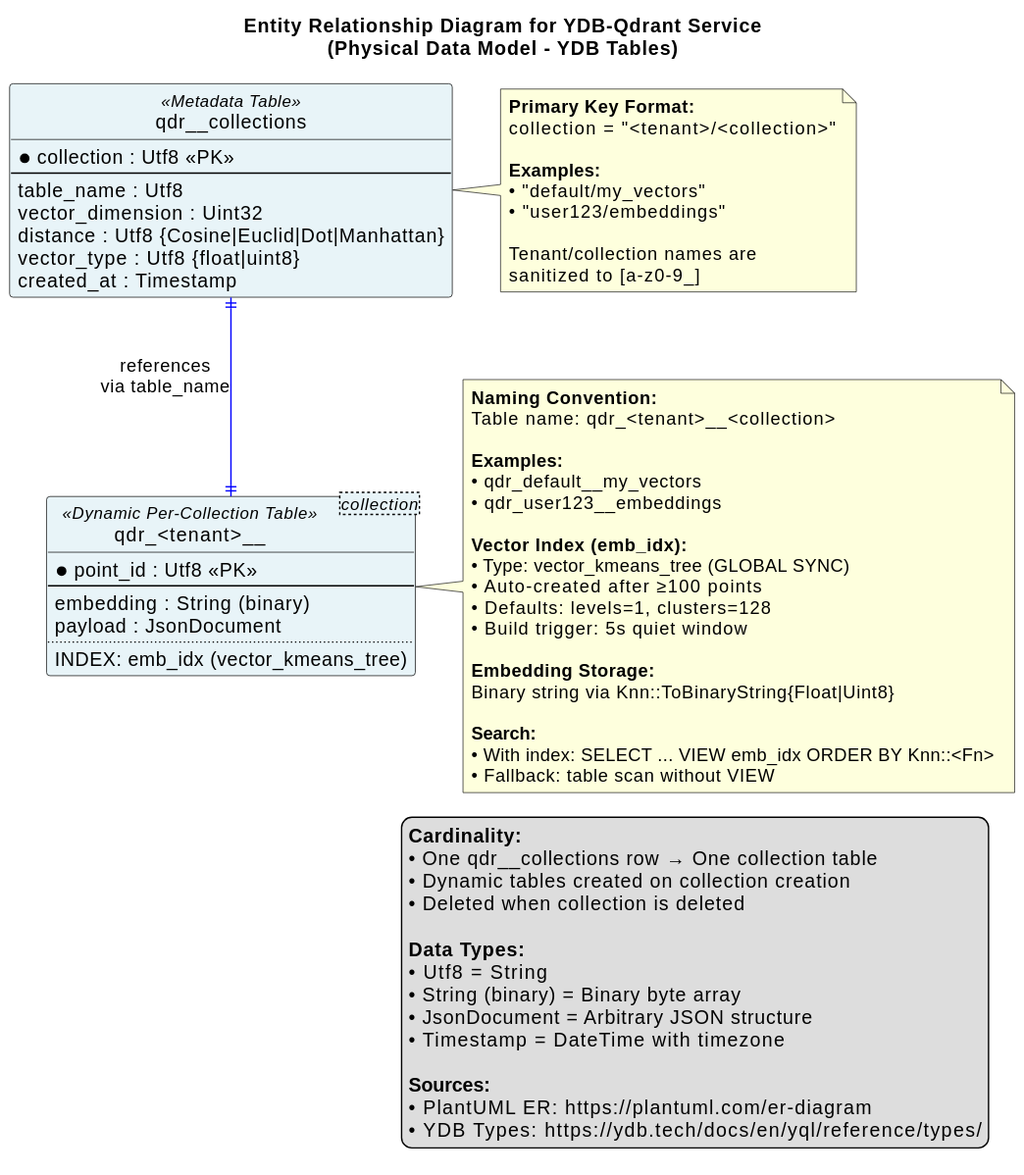
Above: www/assets/ER_Diagram.svg in astandrik/ydb-qdrant (PlantUML), before the change. The source it was exported from:
```plantuml
@startuml
!define TABLE_BACKGROUND #E8F4F8
!define PK_BACKGROUND #FFE4B5

hide circle
skinparam linetype ortho
skinparam class {
    BackgroundColor TABLE_BACKGROUND
    BorderColor Black
    ArrowColor Blue
}

title Entity Relationship Diagram for YDB-Qdrant Service\n(Physical Data Model - YDB Tables)

entity "qdr__collections" as collections <<Metadata Table>> {
  * collection : Utf8 <<PK>>
  --
  table_name : Utf8
  vector_dimension : Uint32
  distance : Utf8 {Cosine|Euclid|Dot|Manhattan}
  vector_type : Utf8 {float|uint8}
  created_at : Timestamp
}

entity "qdr_<tenant>__<collection>" as collection_table <<Dynamic Per-Collection Table>> {
  * point_id : Utf8 <<PK>>
  --
  embedding : String (binary)
  payload : JsonDocument
  ..
  INDEX: emb_idx (vector_kmeans_tree)
}

collections ||--|| collection_table : "references\nvia table_name"

note right of collections
  **Primary Key Format:**
  collection = "<tenant>/<collection>"

  **Examples:**
  • "default/my_vectors"
  • "user123/embeddings"

  Tenant/collection names are
  sanitized to [a-z0-9_]
end note

note right of collection_table
  **Naming Convention:**
  Table name: qdr_<tenant>__<collection>

  **Examples:**
  • qdr_default__my_vectors
  • qdr_user123__embeddings

  **Vector Index (emb_idx):**
  • Type: vector_kmeans_tree (GLOBAL SYNC)
  • Auto-created after ≥100 points
  • Defaults: levels=1, clusters=128
  • Build trigger: 5s quiet window

  **Embedding Storage:**
  Binary string via Knn::ToBinaryString{Float|Uint8}

  **Search:**
  • With index: SELECT ... VIEW emb_idx ORDER BY Knn::<Fn>
  • Fallback: table scan without VIEW
end note

legend right
  **Cardinality:**
  • One qdr__collections row → One collection table
  • Dynamic tables created on collection creation
  • Deleted when collection is deleted

  **Data Types:**
  • Utf8 = String
  • String (binary) = Binary byte array
  • JsonDocument = Arbitrary JSON structure
  • Timestamp = DateTime with timezone

  **Sources:**
  • PlantUML ER: https://plantuml.com/er-diagram
  • YDB Types: https://ydb.tech/docs/en/yql/reference/types/
endlegend
@enduml
```
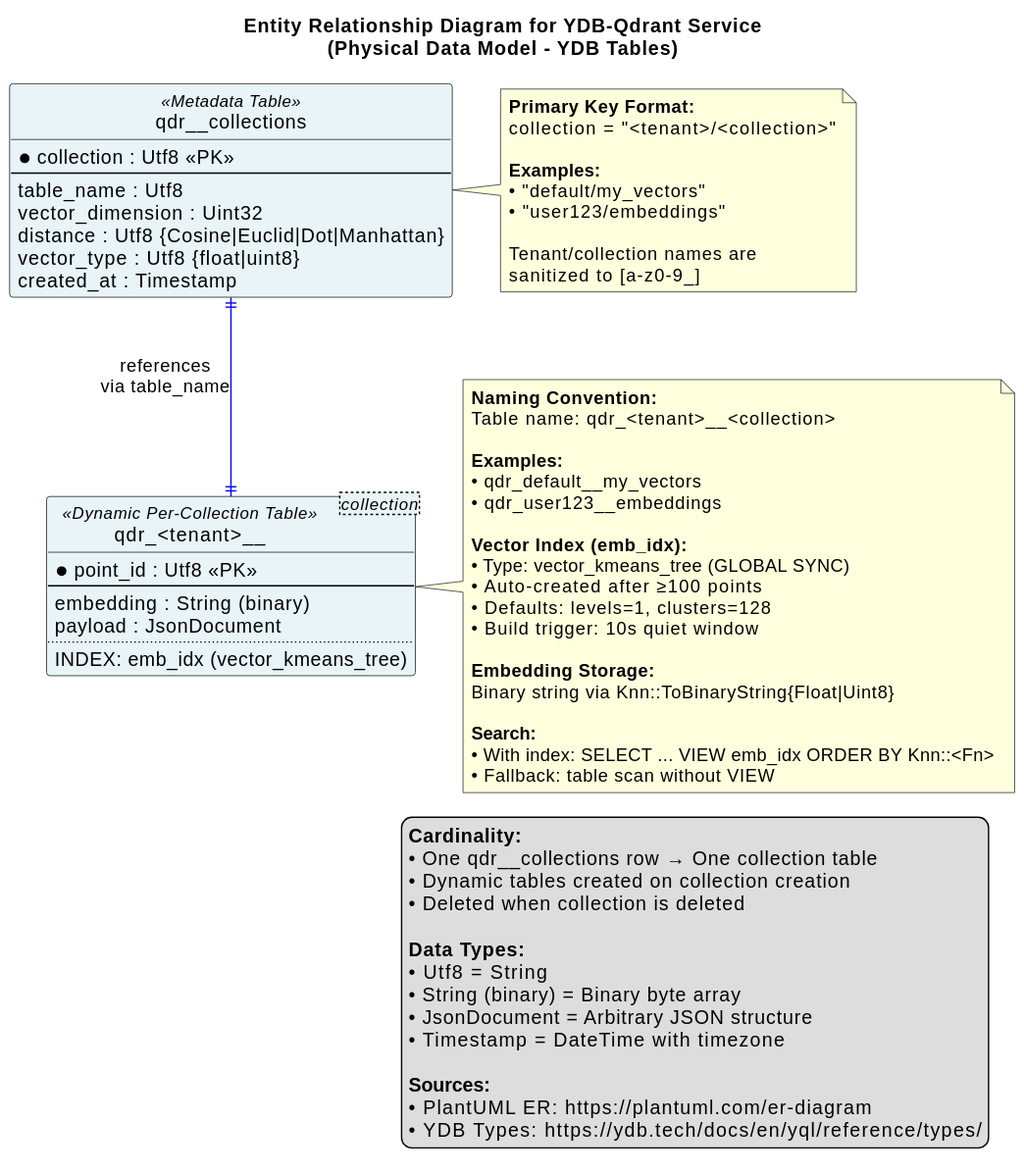
After the commit.

What changed in the source:
```diff
@@ -57,7 +57,7 @@
   • Type: vector_kmeans_tree (GLOBAL SYNC)
   • Auto-created after ≥100 points
   • Defaults: levels=1, clusters=128
-  • Build trigger: 5s quiet window
+  • Build trigger: 10s quiet window
 
   **Embedding Storage:**
   Binary string via Knn::ToBinaryString{Float|Uint8}
```
